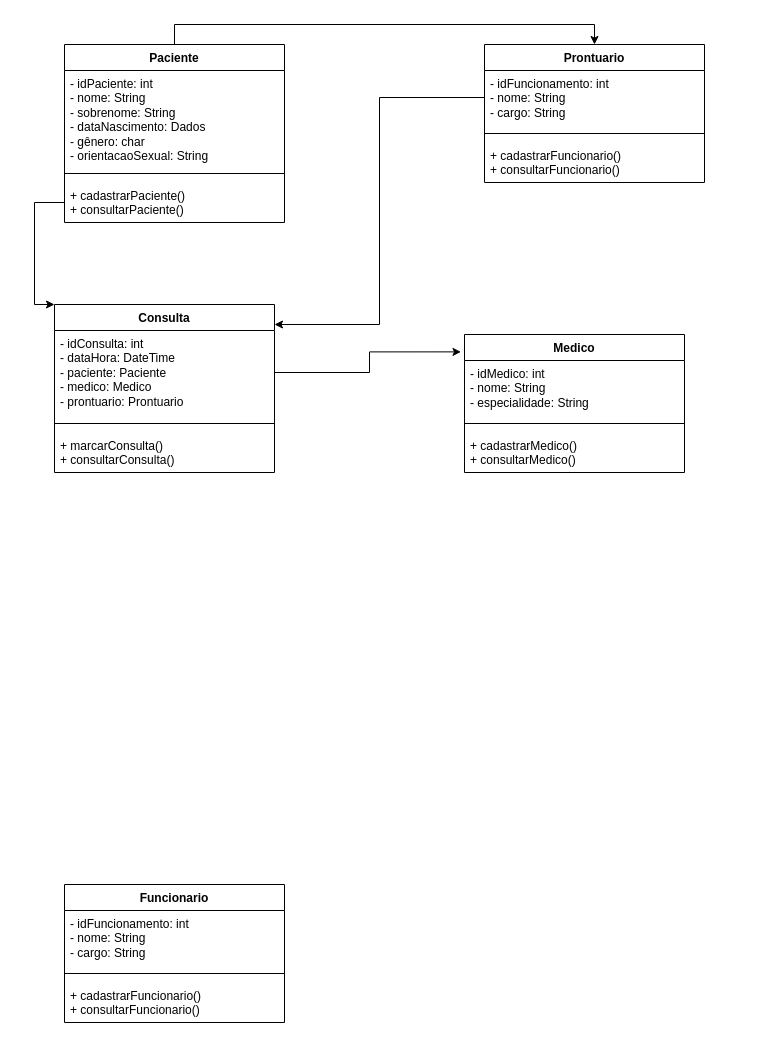
This is PrideCare.drawio from lucasbtomaz/PrideCare, a draw.io file, before an edit. Source tidied: cells renumbered, new cells numbered last; positions are measured from the earlier drawing's top-left corner, leaving out a move shared by most shapes. Both pictures are drawn from the tidied source at 100%, with x=0, y=0 at pixel (34, 24).
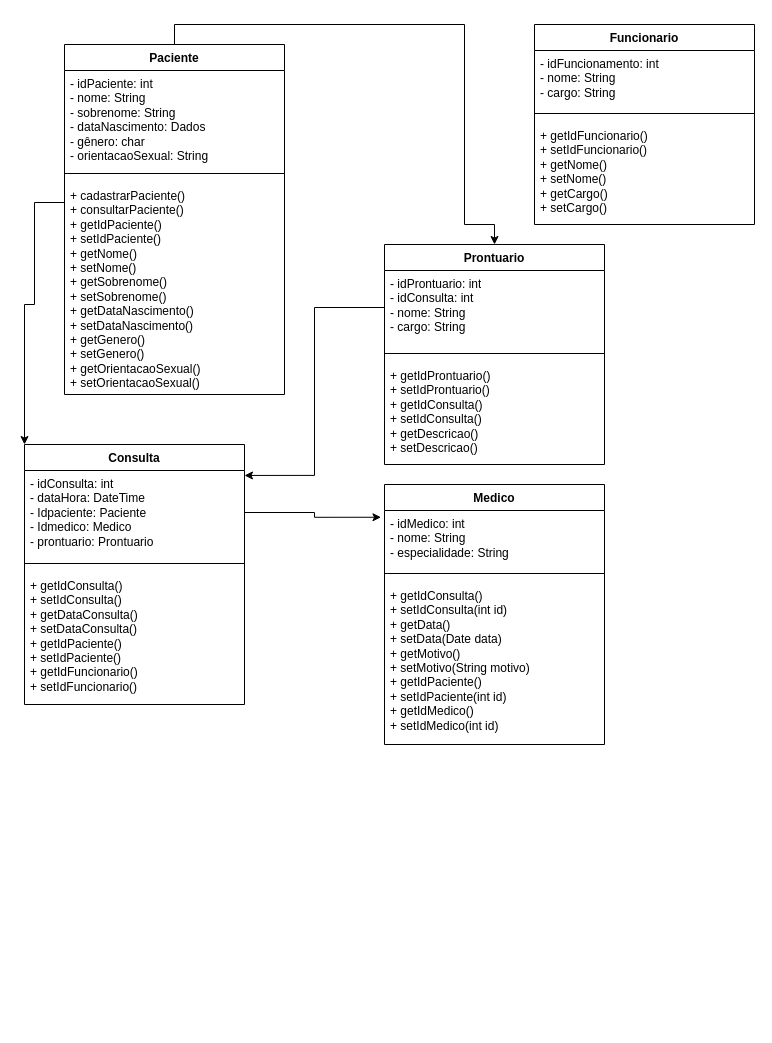
The same diagram, later.

The edit, as a diff of the source:
```diff
@@
     <mxCell id="2" style="edgeStyle=orthogonalEdgeStyle;rounded=0;jettySize=auto;html=1;exitX=0.5;exitY=0;exitDx=0;exitDy=0;entryX=0.5;entryY=0;entryDx=0;entryDy=0;" parent="1" edge="1" source="3" target="19">
       <mxGeometry relative="1" as="geometry">
         <Array as="points">
           <mxPoint x="140" />
-          <mxPoint x="560" />
+          <mxPoint x="430" />
+          <mxPoint x="430" y="200" />
         </Array>
       </mxGeometry>
     </mxCell>
     <mxCell id="3" value="Paciente" style="swimlane;fontStyle=1;align=center;verticalAlign=top;horizontal=1;startSize=26;whiteSpace=wrap;html=1;" parent="1" vertex="1">
-      <mxGeometry x="30" y="20" width="220" height="178" as="geometry" />
+      <mxGeometry x="30" y="20" width="220" height="350" as="geometry" />
     </mxCell>
@@
-    <mxCell id="6" value="+ cadastrarPaciente()&lt;div&gt;+ consultarPaciente()&lt;/div&gt;" style="text;strokeColor=none;fillColor=none;align=left;verticalAlign=top;spacingLeft=4;spacingRight=4;overflow=hidden;points=[[0,0.5],[1,0.5]];portConstraint=eastwest;whiteSpace=wrap;html=1;" parent="3" vertex="1">
-      <mxGeometry y="138" width="220" height="40" as="geometry" />
+    <mxCell id="6" value="+ cadastrarPaciente()&lt;div&gt;+ consultarPaciente()&lt;/div&gt;&lt;div&gt;+&amp;nbsp;getIdPaciente()&lt;/div&gt;&lt;div&gt;+&amp;nbsp;setIdPaciente()&lt;/div&gt;&lt;div&gt;+&amp;nbsp;getNome()&lt;/div&gt;&lt;div&gt;+ setNome()&lt;/div&gt;&lt;div&gt;+ getSobrenome()&lt;/div&gt;&lt;div&gt;+ setSobrenome()&lt;/div&gt;&lt;div&gt;+&amp;nbsp;getDataNascimento()&lt;/div&gt;&lt;div&gt;+&amp;nbsp;setDataNascimento()&lt;/div&gt;&lt;div&gt;+&amp;nbsp;getGenero()&lt;/div&gt;&lt;div&gt;+ setGenero()&lt;/div&gt;&lt;div&gt;+ getOrientacaoSexual()&lt;/div&gt;&lt;div&gt;+ setOrientacaoSexual()&lt;/div&gt;" style="text;strokeColor=none;fillColor=none;align=left;verticalAlign=top;spacingLeft=4;spacingRight=4;overflow=hidden;points=[[0,0.5],[1,0.5]];portConstraint=eastwest;whiteSpace=wrap;html=1;" parent="3" vertex="1">
+      <mxGeometry y="138" width="220" height="212" as="geometry" />
     </mxCell>
     <mxCell id="7" value="Funcionario" style="swimlane;fontStyle=1;align=center;verticalAlign=top;horizontal=1;startSize=26;whiteSpace=wrap;html=1;" parent="1" vertex="1">
-      <mxGeometry x="30" y="860" width="220" height="138" as="geometry" />
+      <mxGeometry x="500" width="220" height="200" as="geometry" />
     </mxCell>
@@
-    <mxCell id="10" value="+ cadastrarFuncionario()&lt;div&gt;+ consultarFuncionario()&lt;/div&gt;" style="text;strokeColor=none;fillColor=none;align=left;verticalAlign=top;spacingLeft=4;spacingRight=4;overflow=hidden;whiteSpace=wrap;html=1;" parent="7" vertex="1">
-      <mxGeometry y="98" width="220" height="40" as="geometry" />
+    <mxCell id="10" value="+ getIdFuncionario()&lt;div&gt;+ setIdFuncionario()&lt;/div&gt;&lt;div&gt;+ getNome()&lt;/div&gt;&lt;div&gt;+ setNome()&lt;/div&gt;&lt;div&gt;+ getCargo()&lt;/div&gt;&lt;div&gt;+ setCargo()&lt;br&gt;&lt;/div&gt;" style="text;strokeColor=none;fillColor=none;align=left;verticalAlign=top;spacingLeft=4;spacingRight=4;overflow=hidden;whiteSpace=wrap;html=1;" parent="7" vertex="1">
+      <mxGeometry y="98" width="220" height="102" as="geometry" />
     </mxCell>
     <mxCell id="11" value="Consulta" style="swimlane;fontStyle=1;align=center;verticalAlign=top;horizontal=1;startSize=26;whiteSpace=wrap;html=1;" parent="1" vertex="1">
-      <mxGeometry x="20" y="280" width="220" height="168" as="geometry" />
+      <mxGeometry x="-10" y="420" width="220" height="260" as="geometry" />
     </mxCell>
-    <mxCell id="12" value="&lt;div&gt;- idConsulta: int&lt;/div&gt;&lt;div&gt;- dataHora: DateTime&lt;/div&gt;&lt;div&gt;- paciente: Paciente&lt;/div&gt;&lt;div&gt;- medico: Medico&lt;/div&gt;&lt;div&gt;- prontuario: Prontuario&lt;span style=&quot;background-color: initial;&quot;&gt;&amp;nbsp;&lt;/span&gt;&lt;/div&gt;" style="text;strokeColor=none;fillColor=none;align=left;verticalAlign=top;spacingLeft=4;spacingRight=4;overflow=hidden;points=[[0,0.5],[1,0.5]];portConstraint=eastwest;whiteSpace=wrap;html=1;" parent="11" vertex="1">
+    <mxCell id="12" value="&lt;div&gt;- idConsulta: int&lt;/div&gt;&lt;div&gt;- dataHora: DateTime&lt;/div&gt;&lt;div&gt;- Idpaciente: Paciente&lt;/div&gt;&lt;div&gt;- Idmedico: Medico&lt;/div&gt;&lt;div&gt;- prontuario: Prontuario&lt;span style=&quot;background-color: initial;&quot;&gt;&amp;nbsp;&lt;/span&gt;&lt;/div&gt;" style="text;strokeColor=none;fillColor=none;align=left;verticalAlign=top;spacingLeft=4;spacingRight=4;overflow=hidden;points=[[0,0.5],[1,0.5]];portConstraint=eastwest;whiteSpace=wrap;html=1;" parent="11" vertex="1">
       <mxGeometry y="26" width="220" height="84" as="geometry" />
     </mxCell>
@@
-    <mxCell id="14" value="+ marcarConsulta()&lt;div&gt;+ consultarConsulta()&lt;/div&gt;" style="text;strokeColor=none;fillColor=none;align=left;verticalAlign=top;spacingLeft=4;spacingRight=4;overflow=hidden;whiteSpace=wrap;html=1;" parent="11" vertex="1">
-      <mxGeometry y="128" width="220" height="40" as="geometry" />
+    <mxCell id="14" value="+ getIdConsulta()&lt;div&gt;+ setIdConsulta()&lt;/div&gt;&lt;div&gt;+ getDataConsulta()&lt;/div&gt;&lt;div&gt;+ setDataConsulta()&lt;/div&gt;&lt;div&gt;+ getIdPaciente()&lt;/div&gt;&lt;div&gt;+ setIdPaciente()&lt;/div&gt;&lt;div&gt;+ getIdFuncionario()&lt;/div&gt;&lt;div&gt;+ setIdFuncionario()&lt;br&gt;&lt;/div&gt;" style="text;strokeColor=none;fillColor=none;align=left;verticalAlign=top;spacingLeft=4;spacingRight=4;overflow=hidden;whiteSpace=wrap;html=1;" parent="11" vertex="1">
+      <mxGeometry y="128" width="220" height="132" as="geometry" />
     </mxCell>
     <mxCell id="15" value="Medico" style="swimlane;fontStyle=1;align=center;verticalAlign=top;horizontal=1;startSize=26;whiteSpace=wrap;html=1;" parent="1" vertex="1">
-      <mxGeometry x="430" y="310" width="220" height="138" as="geometry" />
+      <mxGeometry x="350" y="460" width="220" height="260" as="geometry" />
     </mxCell>
@@
-    <mxCell id="18" value="+ cadastrarMedico()&lt;div&gt;+ consultarMedico()&lt;/div&gt;" style="text;strokeColor=none;fillColor=none;align=left;verticalAlign=top;spacingLeft=4;spacingRight=4;overflow=hidden;whiteSpace=wrap;html=1;" parent="15" vertex="1">
-      <mxGeometry y="98" width="220" height="40" as="geometry" />
+    <mxCell id="18" value="+ getIdConsulta()&lt;div&gt;+ setIdConsulta(int id)&lt;/div&gt;&lt;div&gt;+ getData()&lt;/div&gt;&lt;div&gt;+ setData(Date data)&lt;/div&gt;&lt;div&gt;+ getMotivo()&lt;/div&gt;&lt;div&gt;+ setMotivo(String motivo)&lt;/div&gt;&lt;div&gt;+ getIdPaciente()&lt;/div&gt;&lt;div&gt;+ setIdPaciente(int id)&lt;/div&gt;&lt;div&gt;+ getIdMedico()&lt;/div&gt;&lt;div&gt;+ setIdMedico(int id)&lt;br&gt;&lt;/div&gt;" style="text;strokeColor=none;fillColor=none;align=left;verticalAlign=top;spacingLeft=4;spacingRight=4;overflow=hidden;whiteSpace=wrap;html=1;" parent="15" vertex="1">
+      <mxGeometry y="98" width="220" height="162" as="geometry" />
     </mxCell>
     <mxCell id="19" value="Prontuario" style="swimlane;fontStyle=1;align=center;verticalAlign=top;horizontal=1;startSize=26;whiteSpace=wrap;html=1;" parent="1" vertex="1">
-      <mxGeometry x="450" y="20" width="220" height="138" as="geometry" />
+      <mxGeometry x="350" y="220" width="220" height="220" as="geometry" />
     </mxCell>
-    <mxCell id="20" value="&lt;div&gt;- idFuncionamento: int&lt;/div&gt;&lt;div&gt;- nome: String&lt;/div&gt;&lt;div&gt;- cargo: String&lt;span style=&quot;background-color: initial;&quot;&gt;&amp;nbsp;&lt;/span&gt;&lt;/div&gt;" style="text;strokeColor=none;fillColor=none;align=left;verticalAlign=top;spacingLeft=4;spacingRight=4;overflow=hidden;points=[[0,0.5],[1,0.5]];portConstraint=eastwest;whiteSpace=wrap;html=1;" parent="19" vertex="1">
-      <mxGeometry y="26" width="220" height="54" as="geometry" />
+    <mxCell id="20" value="&lt;div&gt;- idProntuario: int&lt;/div&gt;&lt;div&gt;- idConsulta: int&lt;/div&gt;&lt;div&gt;- nome: String&lt;/div&gt;&lt;div&gt;- cargo: String&lt;span style=&quot;background-color: initial;&quot;&gt;&amp;nbsp;&lt;/span&gt;&lt;/div&gt;" style="text;strokeColor=none;fillColor=none;align=left;verticalAlign=top;spacingLeft=4;spacingRight=4;overflow=hidden;points=[[0,0.5],[1,0.5]];portConstraint=eastwest;whiteSpace=wrap;html=1;" parent="19" vertex="1">
+      <mxGeometry y="26" width="220" height="74" as="geometry" />
     </mxCell>
     <mxCell id="21" style="line;strokeWidth=1;fillColor=none;align=left;verticalAlign=middle;spacingTop=-1;spacingLeft=3;spacingRight=3;labelPosition=right;strokeColor=inherit;" parent="19" vertex="1">
-      <mxGeometry y="80" width="220" height="18" as="geometry" />
+      <mxGeometry y="100" width="220" height="18" as="geometry" />
     </mxCell>
-    <mxCell id="22" value="+ cadastrarFuncionario()&lt;div&gt;+ consultarFuncionario()&lt;/div&gt;" style="text;strokeColor=none;fillColor=none;align=left;verticalAlign=top;spacingLeft=4;spacingRight=4;overflow=hidden;whiteSpace=wrap;html=1;" parent="19" vertex="1">
-      <mxGeometry y="98" width="220" height="40" as="geometry" />
+    <mxCell id="22" value="+ getIdProntuario()&lt;div&gt;+ setIdProntuario()&lt;/div&gt;&lt;div&gt;+ getIdConsulta()&lt;/div&gt;&lt;div&gt;+ setIdConsulta()&lt;/div&gt;&lt;div&gt;+ getDescricao()&lt;/div&gt;&lt;div&gt;+ setDescricao()&lt;br&gt;&lt;/div&gt;" style="text;strokeColor=none;fillColor=none;align=left;verticalAlign=top;spacingLeft=4;spacingRight=4;overflow=hidden;whiteSpace=wrap;html=1;" parent="19" vertex="1">
+      <mxGeometry y="118" width="220" height="102" as="geometry" />
     </mxCell>
```
